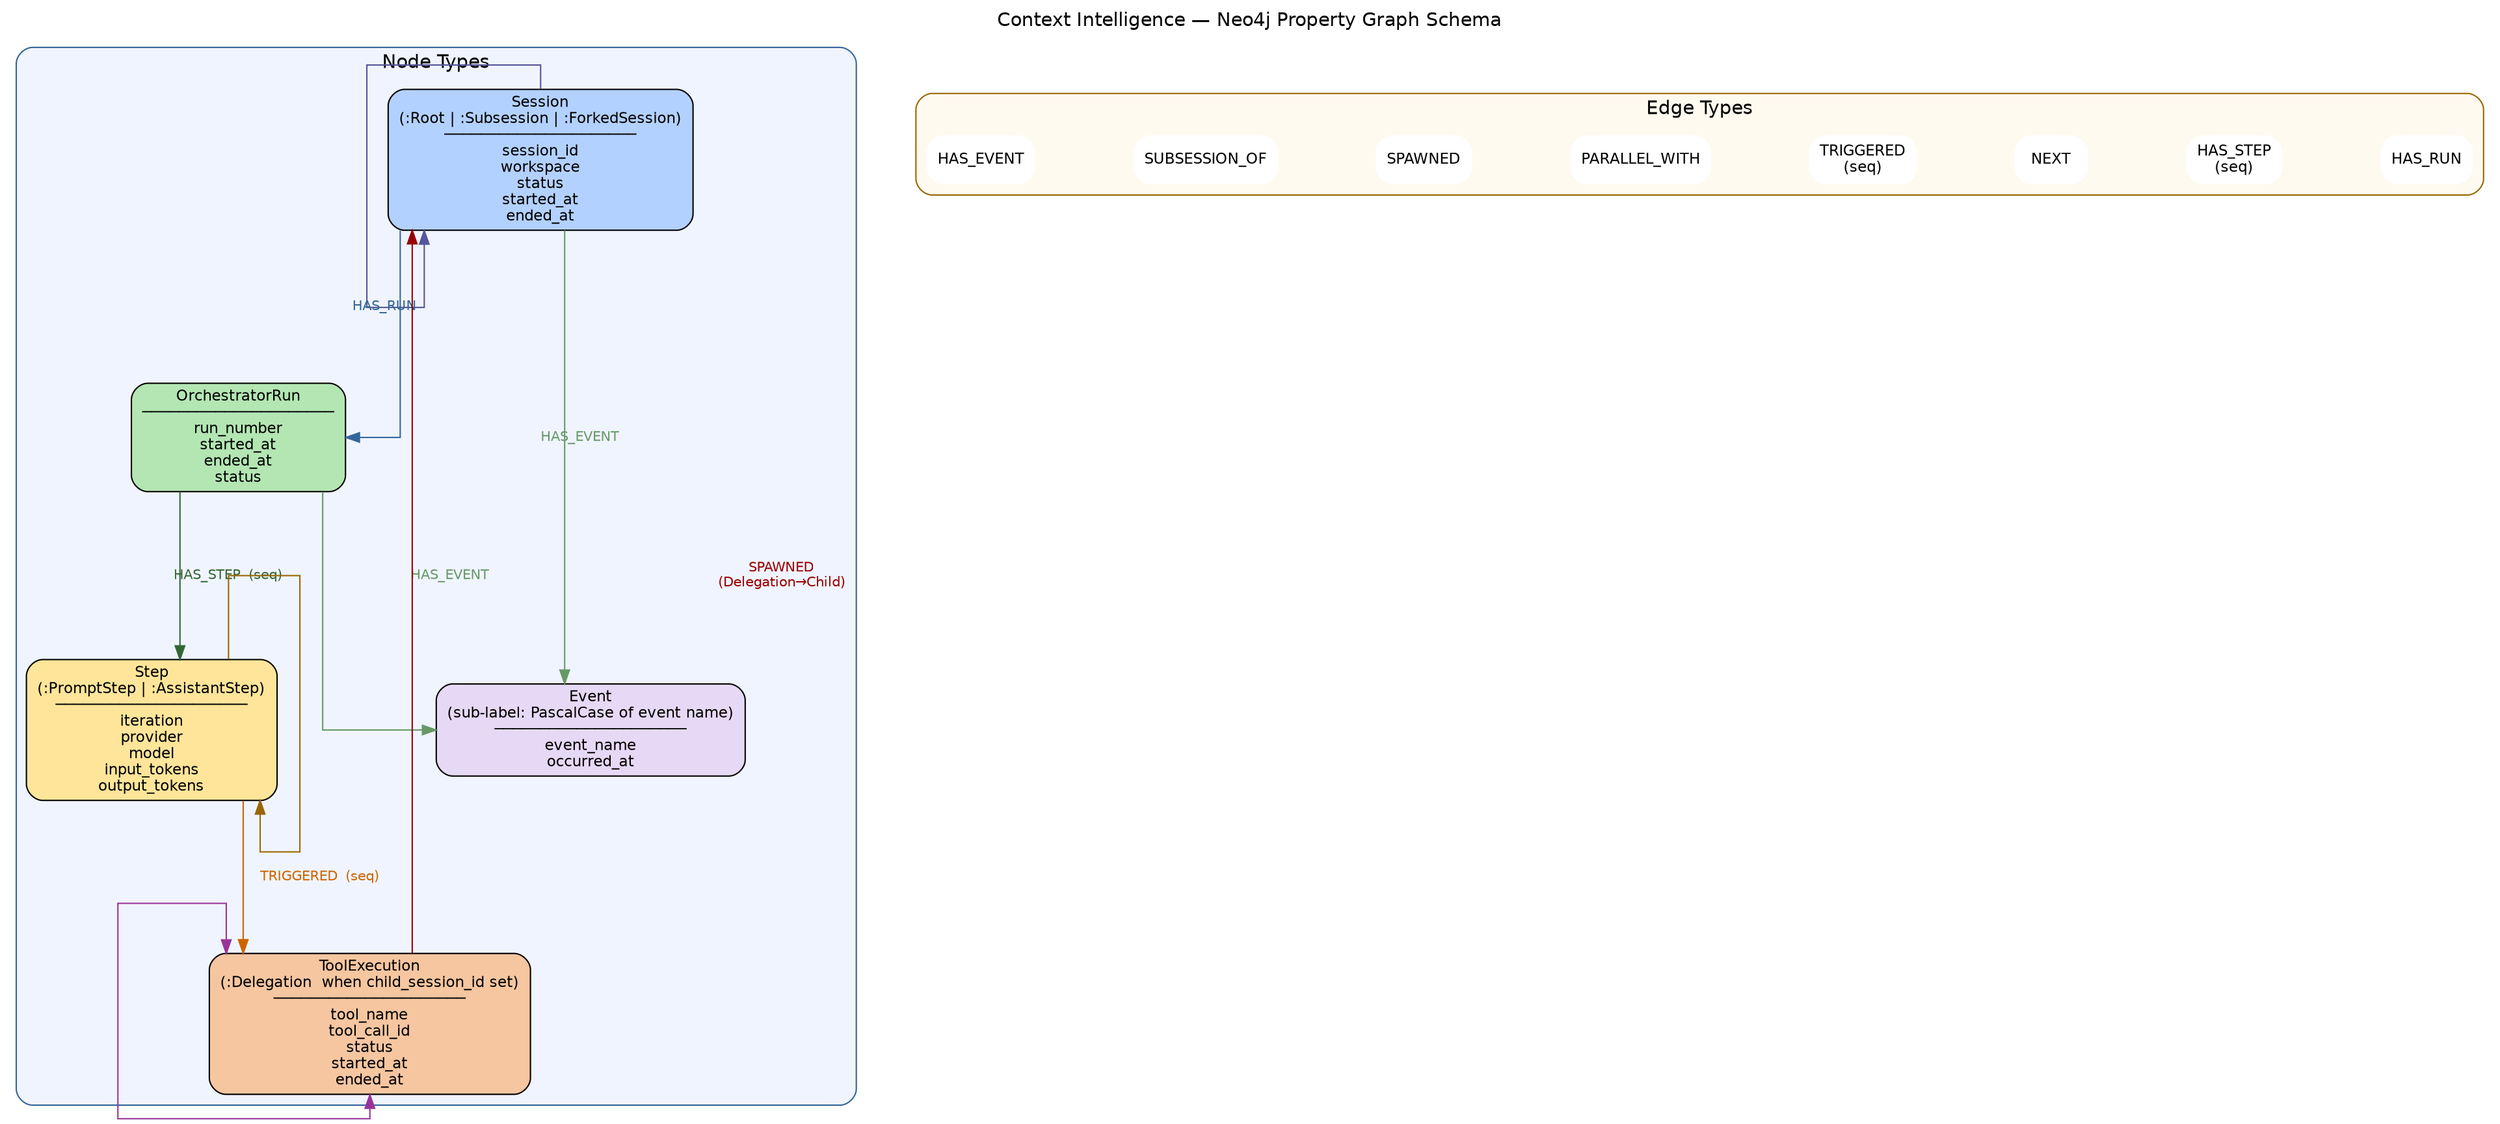
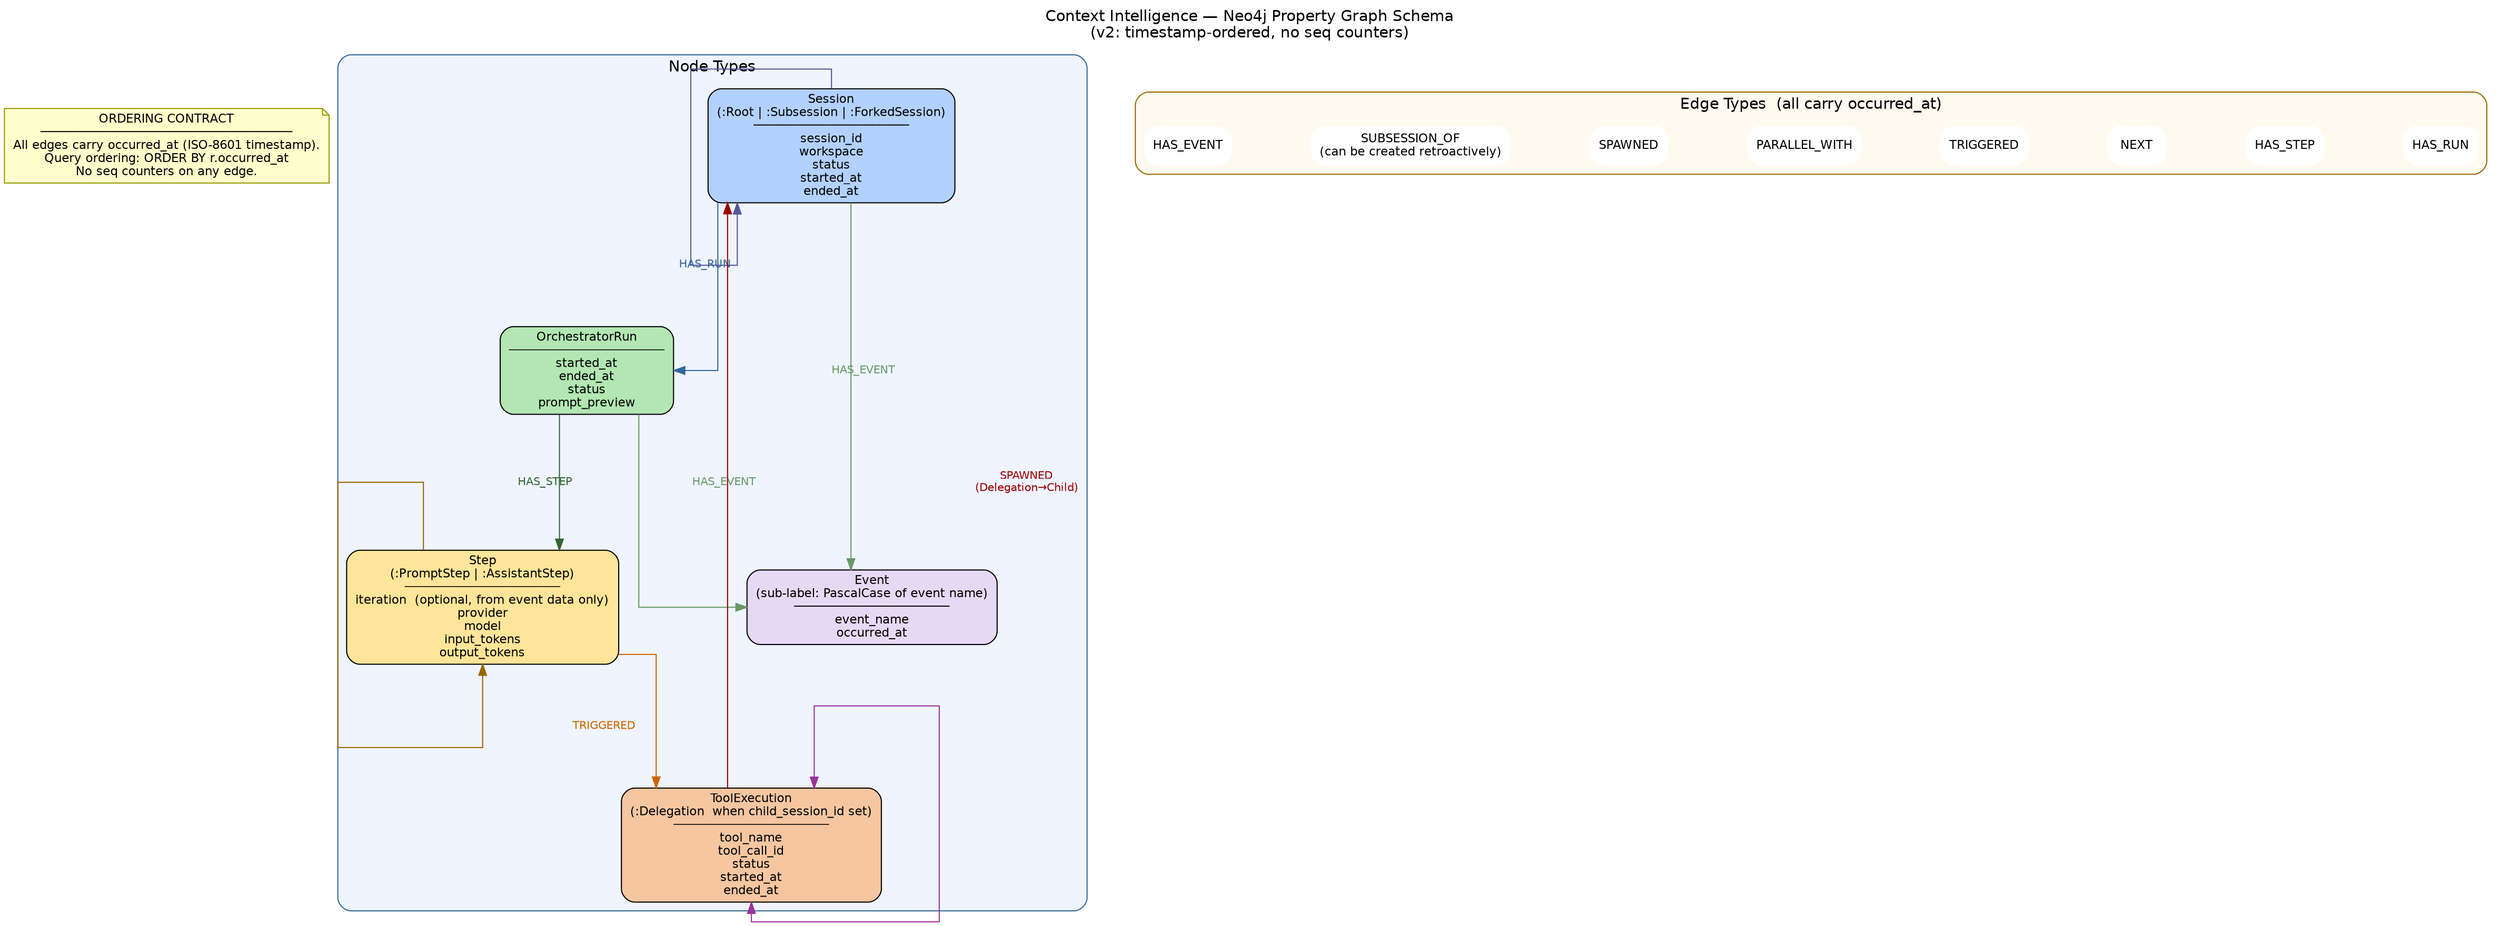
// encoding: utf-8
digraph graph_schema {
    rankdir=TB
    graph [fontname="Helvetica" fontsize=12 splines=ortho nodesep=1.0 ranksep=1.4
-            label="Context Intelligence — Neo4j Property Graph Schema" labelloc=t fontsize=14]
+            label="Context Intelligence — Neo4j Property Graph Schema\n(v2: timestamp-ordered, no seq counters)" labelloc=t fontsize=14]
    node  [fontname="Helvetica" fontsize=11 shape=box style="rounded,filled"]
    edge  [fontname="Helvetica" fontsize=10]

-     // ── Node types ────────────────────────────────────────────────────────────
+     // ── Ordering note ─────────────────────────────────────────────────────
+ 
+     ordering_note [
+         label="ORDERING CONTRACT\n──────────────────────────────────\nAll edges carry occurred_at (ISO-8601 timestamp).\nQuery ordering: ORDER BY r.occurred_at\nNo seq counters on any edge."
+         shape=note
+         fillcolor="#ffffcc"
+         color="#999900"
+     ]
+ 
+     // ── Node types ────────────────────────────────────────────────────────

    subgraph cluster_nodes {
        label="Node Types"
        style="rounded,filled"
        fillcolor="#f0f4ff"
        color="#336699"

        Session [
            label="Session\n(:Root | :Subsession | :ForkedSession)\n─────────────────────\nsession_id\nworkspace\nstatus\nstarted_at\nended_at"
            fillcolor="#b3d1ff"
        ]

        OrchestratorRun [
-             label="OrchestratorRun\n─────────────────────\nrun_number\nstarted_at\nended_at\nstatus"
+             label="OrchestratorRun\n─────────────────────\nstarted_at\nended_at\nstatus\nprompt_preview"
            fillcolor="#b3e6b3"
        ]

        Step [
-             label="Step\n(:PromptStep | :AssistantStep)\n─────────────────────\niteration\nprovider\nmodel\ninput_tokens\noutput_tokens"
+             label="Step\n(:PromptStep | :AssistantStep)\n─────────────────────\niteration  (optional, from event data only)\nprovider\nmodel\ninput_tokens\noutput_tokens"
            fillcolor="#ffe599"
        ]

        ToolExecution [
            label="ToolExecution\n(:Delegation  when child_session_id set)\n─────────────────────\ntool_name\ntool_call_id\nstatus\nstarted_at\nended_at"
            fillcolor="#f5c6a0"
        ]

        Event [
            label="Event\n(sub-label: PascalCase of event name)\n─────────────────────\nevent_name\noccurred_at"
            fillcolor="#e6d9f5"
        ]
    }

-     // ── Edge types ────────────────────────────────────────────────────────────
+     // ── Edge types ────────────────────────────────────────────────────────

    subgraph cluster_edges {
-         label="Edge Types"
+         label="Edge Types  (all carry occurred_at)"
        style="rounded,filled"
        fillcolor="#fffaf0"
        color="#996600"

-         e_has_run      [label="HAS_RUN"         shape=plaintext fillcolor="#ffffff"]
-         e_has_step     [label="HAS_STEP\n(seq)" shape=plaintext fillcolor="#ffffff"]
-         e_next         [label="NEXT"            shape=plaintext fillcolor="#ffffff"]
-         e_triggered    [label="TRIGGERED\n(seq)" shape=plaintext fillcolor="#ffffff"]
-         e_parallel     [label="PARALLEL_WITH"   shape=plaintext fillcolor="#ffffff"]
-         e_spawned      [label="SPAWNED"         shape=plaintext fillcolor="#ffffff"]
-         e_subsession   [label="SUBSESSION_OF" shape=plaintext fillcolor="#ffffff"]
-         e_has_event    [label="HAS_EVENT"       shape=plaintext fillcolor="#ffffff"]
+         e_has_run      [label="HAS_RUN"          shape=plaintext fillcolor="#ffffff"]
+         e_has_step     [label="HAS_STEP"         shape=plaintext fillcolor="#ffffff"]
+         e_next         [label="NEXT"             shape=plaintext fillcolor="#ffffff"]
+         e_triggered    [label="TRIGGERED"        shape=plaintext fillcolor="#ffffff"]
+         e_parallel     [label="PARALLEL_WITH"    shape=plaintext fillcolor="#ffffff"]
+         e_spawned      [label="SPAWNED"          shape=plaintext fillcolor="#ffffff"]
+         e_subsession   [label="SUBSESSION_OF\n(can be created retroactively)" shape=plaintext fillcolor="#ffffff"]
+         e_has_event    [label="HAS_EVENT"        shape=plaintext fillcolor="#ffffff"]
    }

-     // ── Edges showing graph relationships ─────────────────────────────────────
+     // ── Edges showing graph relationships ─────────────────────────────────

    // HAS_RUN: Session → OrchestratorRun
    Session        -> OrchestratorRun  [label="HAS_RUN"          color="#336699"  fontcolor="#336699"]

    // HAS_STEP: OrchestratorRun → Step
-     OrchestratorRun -> Step            [label="HAS_STEP  (seq)"  color="#336633"  fontcolor="#336633"]
+     OrchestratorRun -> Step            [label="HAS_STEP"         color="#336633"  fontcolor="#336633"]

    // NEXT: Step → Step (sequential ordering)
    Step           -> Step             [label="NEXT"             color="#996600"  fontcolor="#996600"]

    // TRIGGERED: Step → ToolExecution
-     Step           -> ToolExecution    [label="TRIGGERED  (seq)" color="#cc6600"  fontcolor="#cc6600"]
+     Step           -> ToolExecution    [label="TRIGGERED"        color="#cc6600"  fontcolor="#cc6600"]

    // PARALLEL_WITH: ToolExecution ↔ ToolExecution
    ToolExecution  -> ToolExecution    [label="PARALLEL_WITH"    color="#993399"  fontcolor="#993399" dir=both]

    // SPAWNED: ToolExecution:Delegation → Session:Child
    ToolExecution  -> Session          [label="SPAWNED\n(Delegation→Child)" color="#990000" fontcolor="#990000"]

-     // SUBSESSION_OF: Session → Session (child → parent)
-     Session        -> Session          [label="SUBSESSION_OF" color="#555599" fontcolor="#555599"]
+     // SUBSESSION_OF: Session → Session (child → parent, retroactive)
+     Session        -> Session          [label="SUBSESSION_OF\n(retroactive)" color="#555599" fontcolor="#555599"]

    // HAS_EVENT: Session|OrchestratorRun → Event
    Session        -> Event            [label="HAS_EVENT"        color="#669966"  fontcolor="#669966"]
    OrchestratorRun -> Event           [label="HAS_EVENT"        color="#669966"  fontcolor="#669966"]
}
